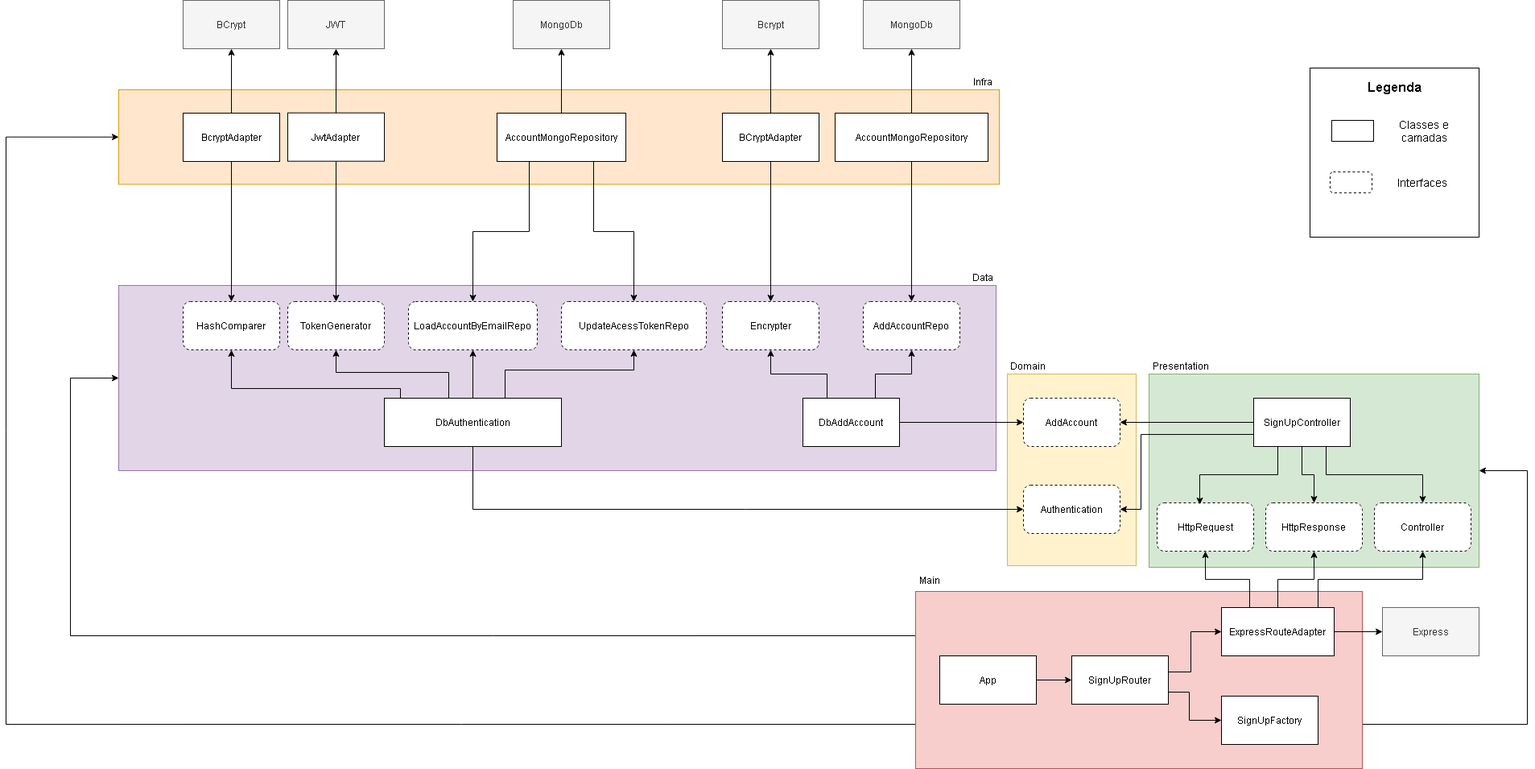
Before: diagrams/Signup.png, a diagram exported from draw.io (Lpfigueiredo/caixa-virtual-api). Source tidied: cells renumbered, new cells last; positions are measured from the earlier drawing's top-left corner, leaving out a move shared by most shapes.
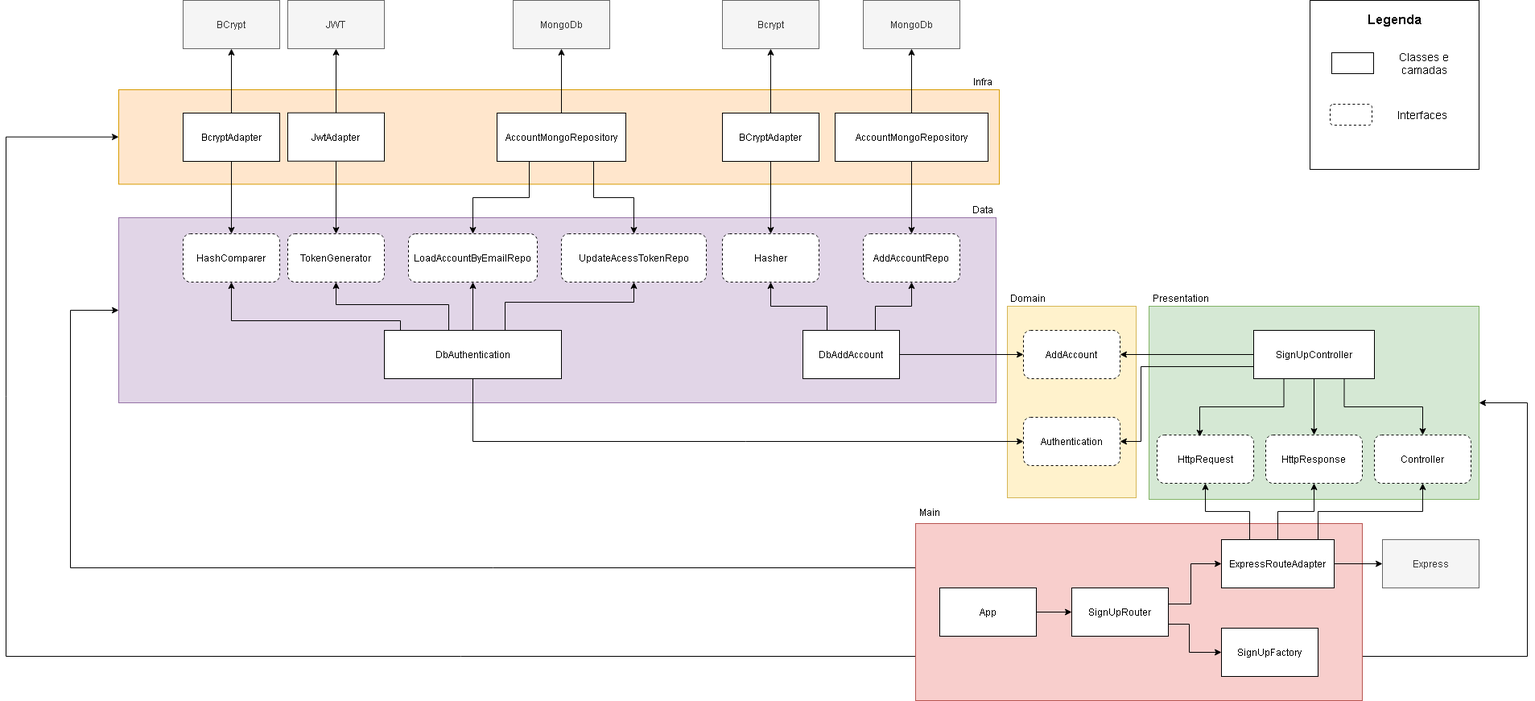
The same diagram one commit later.

Diff of the diagram source:
```diff
@@ -3,7 +3,7 @@
     <mxCell id="0" />
     <mxCell id="1" parent="0" />
     <mxCell id="2" style="rounded=0;whiteSpace=wrap;html=1;fillColor=#ffe6cc;strokeColor=#d79b00;" parent="1" vertex="1">
-      <mxGeometry x="140" y="111" width="1094" height="117.4" as="geometry" />
+      <mxGeometry x="140" y="195" width="1094" height="117.4" as="geometry" />
     </mxCell>
     <mxCell id="3" style="rounded=0;whiteSpace=wrap;html=1;fillColor=#e1d5e7;strokeColor=#9673a6;" parent="1" vertex="1">
       <mxGeometry x="140" y="354" width="1090" height="230" as="geometry" />
@@ -34,7 +34,7 @@
       <mxGeometry relative="1" as="geometry">
         <Array as="points">
           <mxPoint y="899" />
-          <mxPoint y="170" />
+          <mxPoint y="254" />
         </Array>
       </mxGeometry>
     </mxCell>
@@ -124,7 +124,7 @@
       </mxGeometry>
     </mxCell>
     <mxCell id="30" value="SignUpController" style="rounded=0;whiteSpace=wrap;html=1;" parent="1" vertex="1">
-      <mxGeometry x="1550" y="494" width="120" height="60" as="geometry" />
+      <mxGeometry x="1550" y="494" width="150" height="60" as="geometry" />
     </mxCell>
     <mxCell id="31" value="AddAccount" style="rounded=1;whiteSpace=wrap;html=1;dashed=1;" parent="1" vertex="1">
       <mxGeometry x="1264" y="494" width="120" height="60" as="geometry" />
@@ -141,7 +141,7 @@
     <mxCell id="35" value="DbAddAccount" style="rounded=0;whiteSpace=wrap;html=1;" parent="1" vertex="1">
       <mxGeometry x="990" y="494" width="120" height="60" as="geometry" />
     </mxCell>
-    <mxCell id="36" value="Encrypter" style="rounded=1;whiteSpace=wrap;html=1;dashed=1;" parent="1" vertex="1">
+    <mxCell id="36" value="Hasher" style="rounded=1;whiteSpace=wrap;html=1;dashed=1;" parent="1" vertex="1">
       <mxGeometry x="890" y="374" width="120" height="60" as="geometry" />
     </mxCell>
     <mxCell id="37" value="AddAccountRepo" style="rounded=1;whiteSpace=wrap;html=1;dashed=1;" parent="1" vertex="1">
@@ -154,7 +154,7 @@
       <mxGeometry relative="1" as="geometry" />
     </mxCell>
     <mxCell id="40" value="BCryptAdapter" style="rounded=0;whiteSpace=wrap;html=1;" parent="1" vertex="1">
-      <mxGeometry x="890" y="140" width="120" height="60" as="geometry" />
+      <mxGeometry x="890" y="224" width="120" height="60" as="geometry" />
     </mxCell>
     <mxCell id="41" style="edgeStyle=orthogonalEdgeStyle;rounded=0;jettySize=auto;html=1;exitX=0.5;exitY=0;exitDx=0;exitDy=0;entryX=0.5;entryY=1;entryDx=0;entryDy=0;" parent="1" edge="1" source="43" target="45">
       <mxGeometry relative="1" as="geometry" />
@@ -163,13 +163,13 @@
       <mxGeometry relative="1" as="geometry" />
     </mxCell>
     <mxCell id="43" value="AccountMongoRepository" style="rounded=0;whiteSpace=wrap;html=1;" parent="1" vertex="1">
-      <mxGeometry x="1030" y="140" width="190" height="60" as="geometry" />
+      <mxGeometry x="1030" y="224" width="190" height="60" as="geometry" />
     </mxCell>
     <mxCell id="44" value="Bcrypt" style="rounded=0;whiteSpace=wrap;html=1;fillColor=#f5f5f5;strokeColor=#666666;fontColor=#333333;" parent="1" vertex="1">
-      <mxGeometry x="890" width="120" height="60" as="geometry" />
+      <mxGeometry x="890" y="84" width="120" height="60" as="geometry" />
     </mxCell>
     <mxCell id="45" value="MongoDb" style="rounded=0;whiteSpace=wrap;html=1;fillColor=#f5f5f5;strokeColor=#666666;fontColor=#333333;" parent="1" vertex="1">
-      <mxGeometry x="1065" width="120" height="60" as="geometry" />
+      <mxGeometry x="1065" y="84" width="120" height="60" as="geometry" />
     </mxCell>
     <mxCell id="46" value="Main" style="text;html=1;strokeColor=none;fillColor=none;align=center;verticalAlign=middle;whiteSpace=wrap;rounded=0;" parent="1" vertex="1">
       <mxGeometry x="1128" y="710" width="40" height="20" as="geometry" />
@@ -181,7 +181,7 @@
       <mxGeometry x="1250" y="444" width="40" height="20" as="geometry" />
     </mxCell>
     <mxCell id="49" value="Infra" style="text;html=1;strokeColor=none;fillColor=none;align=center;verticalAlign=middle;whiteSpace=wrap;rounded=0;" parent="1" vertex="1">
-      <mxGeometry x="1194" y="91" width="40" height="20" as="geometry" />
+      <mxGeometry x="1194" y="175" width="40" height="20" as="geometry" />
     </mxCell>
     <mxCell id="50" style="whiteSpace=wrap;html=1;" parent="1" vertex="1">
       <mxGeometry x="1620" y="84" width="210" height="210" as="geometry" />
@@ -256,7 +256,7 @@
       <mxGeometry relative="1" as="geometry" />
     </mxCell>
     <mxCell id="68" value="BcryptAdapter" style="rounded=0;whiteSpace=wrap;html=1;" parent="1" vertex="1">
-      <mxGeometry x="220" y="140" width="120" height="60" as="geometry" />
+      <mxGeometry x="220" y="224" width="120" height="60" as="geometry" />
     </mxCell>
     <mxCell id="69" style="edgeStyle=orthogonalEdgeStyle;rounded=0;jettySize=auto;html=1;exitX=0.5;exitY=1;exitDx=0;exitDy=0;entryX=0.5;entryY=0;entryDx=0;entryDy=0;" parent="1" edge="1" source="71" target="64">
       <mxGeometry relative="1" as="geometry" />
@@ -265,7 +265,7 @@
       <mxGeometry relative="1" as="geometry" />
     </mxCell>
     <mxCell id="71" value="JwtAdapter" style="rounded=0;whiteSpace=wrap;html=1;" parent="1" vertex="1">
-      <mxGeometry x="350" y="139.7" width="120" height="60" as="geometry" />
+      <mxGeometry x="350" y="223.7" width="120" height="60" as="geometry" />
     </mxCell>
     <mxCell id="72" style="edgeStyle=orthogonalEdgeStyle;rounded=0;jettySize=auto;html=1;exitX=0.25;exitY=1;exitDx=0;exitDy=0;entryX=0.5;entryY=0;entryDx=0;entryDy=0;" parent="1" edge="1" source="75" target="63">
       <mxGeometry relative="1" as="geometry" />
@@ -277,16 +277,16 @@
       <mxGeometry relative="1" as="geometry" />
     </mxCell>
     <mxCell id="75" value="AccountMongoRepository" style="rounded=0;whiteSpace=wrap;html=1;" parent="1" vertex="1">
-      <mxGeometry x="610" y="140" width="160" height="60" as="geometry" />
+      <mxGeometry x="610" y="224" width="160" height="60" as="geometry" />
     </mxCell>
     <mxCell id="76" value="BCrypt" style="rounded=0;whiteSpace=wrap;html=1;fillColor=#f5f5f5;strokeColor=#666666;fontColor=#333333;" parent="1" vertex="1">
-      <mxGeometry x="220" width="120" height="60" as="geometry" />
+      <mxGeometry x="220" y="84" width="120" height="60" as="geometry" />
     </mxCell>
     <mxCell id="77" value="JWT" style="rounded=0;whiteSpace=wrap;html=1;fillColor=#f5f5f5;strokeColor=#666666;fontColor=#333333;" parent="1" vertex="1">
-      <mxGeometry x="350" width="120" height="60" as="geometry" />
+      <mxGeometry x="350" y="84" width="120" height="60" as="geometry" />
     </mxCell>
     <mxCell id="78" value="MongoDb" style="rounded=0;whiteSpace=wrap;html=1;fillColor=#f5f5f5;strokeColor=#666666;fontColor=#333333;" parent="1" vertex="1">
-      <mxGeometry x="630" width="120" height="60" as="geometry" />
+      <mxGeometry x="630" y="84" width="120" height="60" as="geometry" />
     </mxCell>
     <mxCell id="79" value="Data" style="text;html=1;strokeColor=none;fillColor=none;align=center;verticalAlign=middle;whiteSpace=wrap;rounded=0;dashed=1;" parent="1" vertex="1">
       <mxGeometry x="1194" y="334" width="40" height="20" as="geometry" />
```
